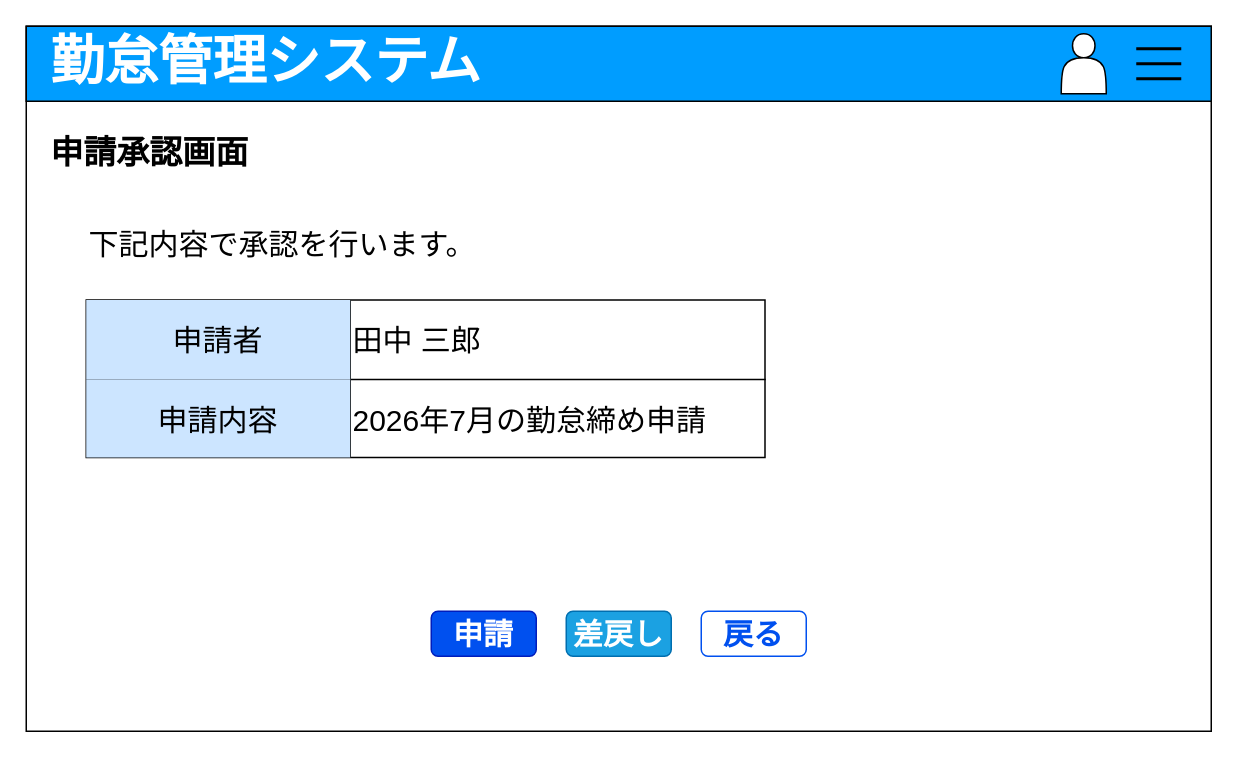
Before: docs/screen/screen_layout/AS011_①.drawio in youkobaske/agentSupport-attendanceSystem, a draw.io diagram. Source tidied: cells renumbered, new cells numbered last; positions are measured from the earlier drawing's top-left corner, leaving out a move shared by most shapes. Both pictures are drawn from the tidied source at 150%, with x=0, y=0 at pixel (26, 26).
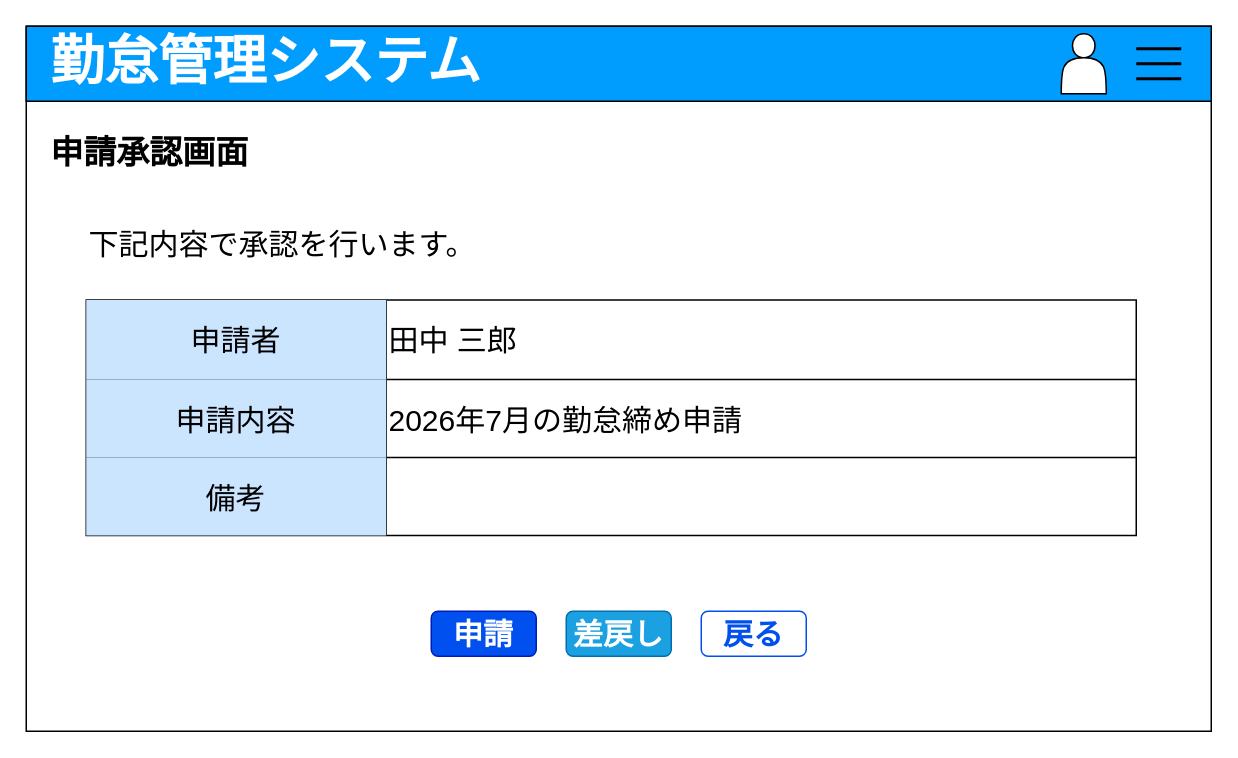
The same page after the edit.

Diff of the diagram source:
```diff
@@
     <mxCell id="15" style="shape=table;startSize=0;childLayout=tableLayout;fontSize=16;" parent="1" vertex="1">
-      <mxGeometry x="40" y="182.5" width="452.5" height="105" as="geometry" />
+      <mxGeometry x="40" y="182.5" width="700" height="157" as="geometry" />
     </mxCell>
     <mxCell id="16" style="shape=tableRow;horizontal=0;startSize=0;swimlaneHead=0;swimlaneBody=0;strokeColor=inherit;top=0;left=0;bottom=0;right=0;fillColor=none;fontSize=16;" parent="15" vertex="1">
-      <mxGeometry width="452.5" height="53" as="geometry" />
+      <mxGeometry width="700" height="53" as="geometry" />
     </mxCell>
     <mxCell id="17" value="申請者" style="shape=partialRectangle;html=1;whiteSpace=wrap;strokeColor=#36393d;overflow=hidden;fillColor=#cce5ff;top=0;left=0;bottom=0;right=0;fontSize=20;" parent="16" vertex="1">
-      <mxGeometry width="176" height="53" as="geometry" />
+      <mxGeometry width="200" height="53" as="geometry" />
     </mxCell>
     <mxCell id="18" value="田中 三郎" style="shape=partialRectangle;html=1;whiteSpace=wrap;strokeColor=inherit;overflow=hidden;fillColor=none;top=0;left=0;bottom=0;right=0;fontSize=20;align=left;" parent="16" vertex="1">
-      <mxGeometry x="176" width="277" height="53" as="geometry" />
+      <mxGeometry x="200" width="500" height="53" as="geometry" />
     </mxCell>
     <mxCell id="19" style="shape=tableRow;horizontal=0;startSize=0;swimlaneHead=0;swimlaneBody=0;strokeColor=inherit;top=0;left=0;bottom=0;right=0;fillColor=none;fontSize=16;" parent="15" vertex="1">
-      <mxGeometry y="53" width="452.5" height="52" as="geometry" />
+      <mxGeometry y="53" width="700" height="52" as="geometry" />
     </mxCell>
     <mxCell id="20" value="申請内容" style="shape=partialRectangle;html=1;whiteSpace=wrap;strokeColor=#36393d;overflow=hidden;fillColor=#cce5ff;top=0;left=0;bottom=0;right=0;fontSize=20;" parent="19" vertex="1">
-      <mxGeometry width="176" height="52" as="geometry" />
+      <mxGeometry width="200" height="52" as="geometry" />
     </mxCell>
     <mxCell id="21" value="&lt;span style=&quot;font-size: 20px;&quot;&gt;2026年7月の勤怠締め申請&lt;/span&gt;" style="shape=partialRectangle;html=1;whiteSpace=wrap;strokeColor=inherit;overflow=hidden;fillColor=none;top=0;left=0;bottom=0;right=0;fontSize=16;align=left;" parent="19" vertex="1">
-      <mxGeometry x="176" width="277" height="52" as="geometry" />
+      <mxGeometry x="200" width="500" height="52" as="geometry" />
     </mxCell>
+    <mxCell id="22" style="shape=tableRow;horizontal=0;startSize=0;swimlaneHead=0;swimlaneBody=0;strokeColor=inherit;top=0;left=0;bottom=0;right=0;fillColor=none;fontSize=16;" parent="15" vertex="1">
+      <mxGeometry y="105" width="700" height="52" as="geometry" />
+    </mxCell>
+    <mxCell id="23" value="備考" style="shape=partialRectangle;html=1;whiteSpace=wrap;strokeColor=#36393d;overflow=hidden;fillColor=#cce5ff;top=0;left=0;bottom=0;right=0;fontSize=20;" parent="22" vertex="1">
+      <mxGeometry width="200" height="52" as="geometry" />
+    </mxCell>
+    <mxCell id="24" style="shape=partialRectangle;html=1;whiteSpace=wrap;strokeColor=inherit;overflow=hidden;fillColor=none;top=0;left=0;bottom=0;right=0;fontSize=16;align=left;" parent="22" vertex="1">
+      <mxGeometry x="200" width="500" height="52" as="geometry" />
+    </mxCell>
```
